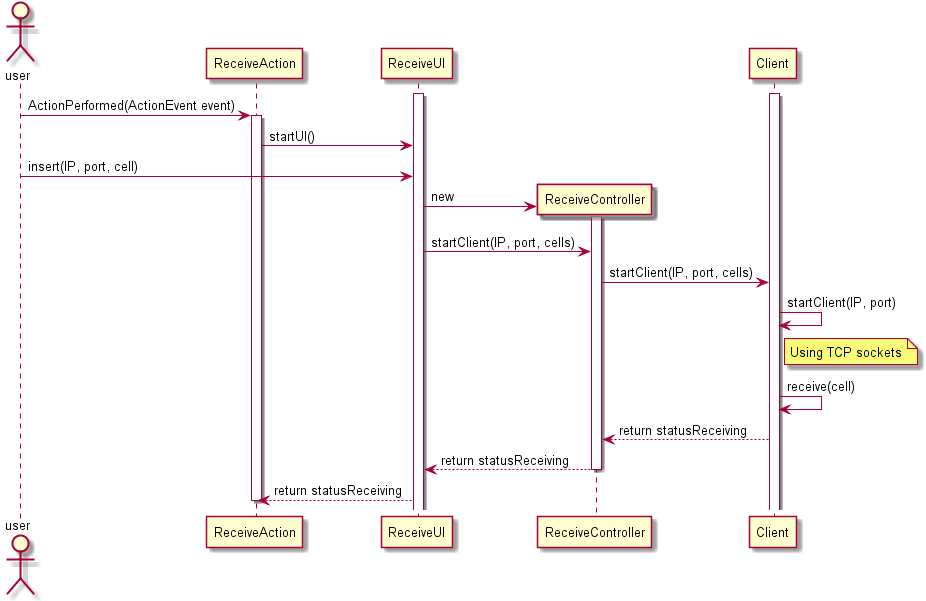
The PlantUML diagram docs/1100859/rail5_w1/diagrams/sd_receive_client.png in askpt/LAPR4, before a commit.
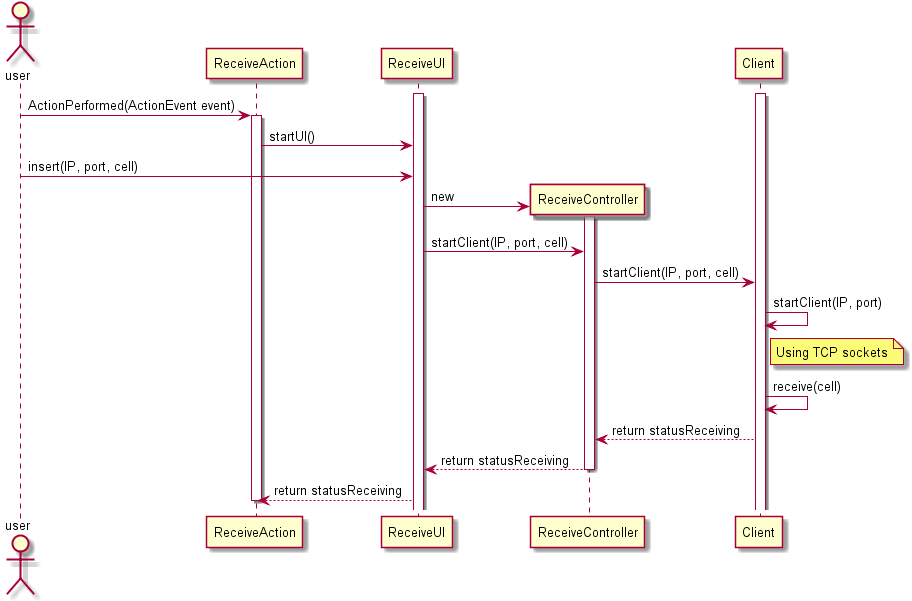
After the commit.

Commit message:
1100859: Updated sequence diagram (client) ref #2

Diff of the diagram source:
```diff
@@ -15,8 +15,8 @@
 Create rc
 rui -> rc : new
 activate rc
-rui -> rc : startClient(IP, port, cells)
-rc -> cli : startClient(IP, port, cells)
+rui -> rc : startClient(IP, port, cell)
+rc -> cli : startClient(IP, port, cell)
 cli -> cli : startClient(IP, port)
 note right cli
 Using TCP sockets
```
